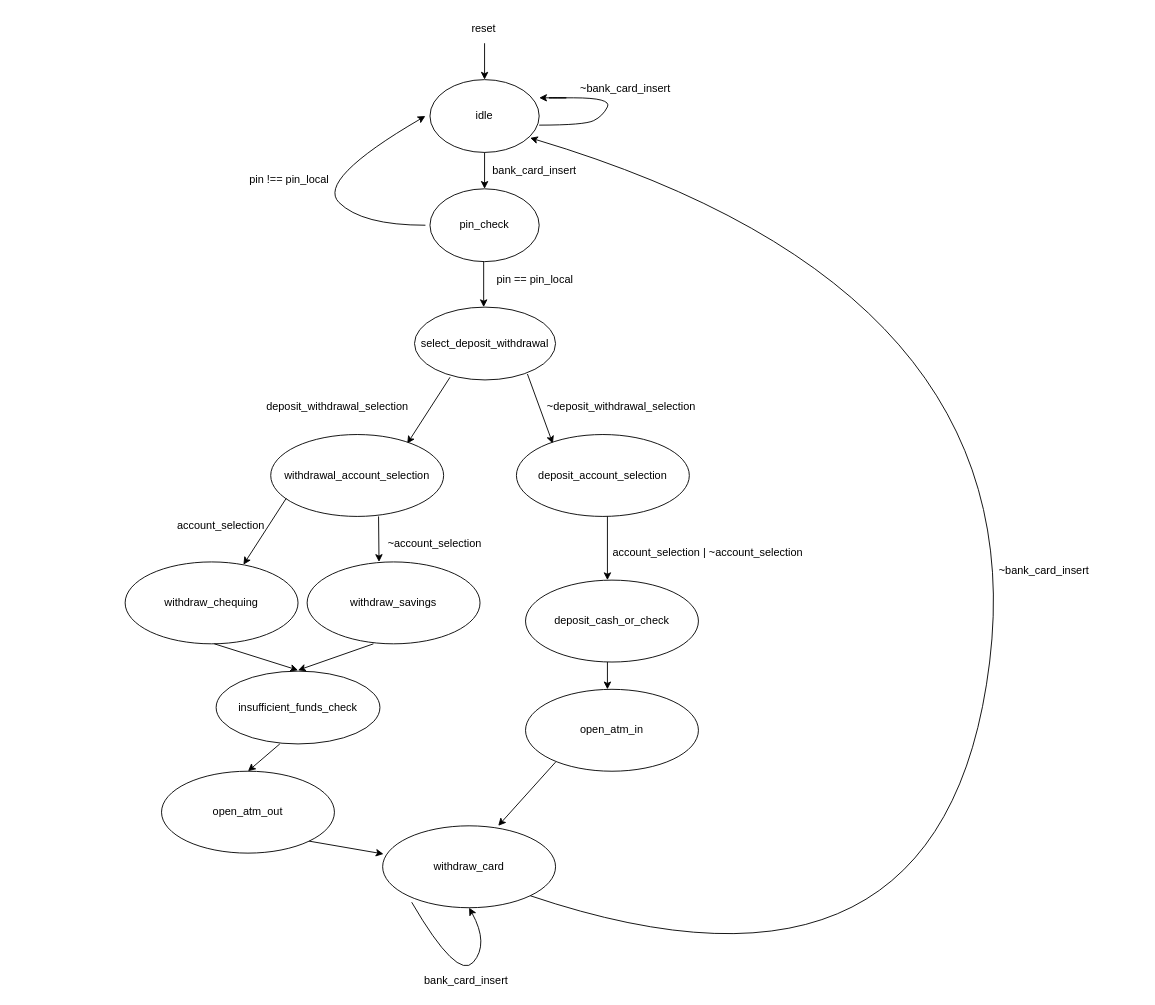
Above: Proj1/fsm_state_diagram.drawio in mchuahua/ELEC402 (draw.io), before the change. Source tidied: cells renumbered, new cells numbered last; positions are measured from the earlier drawing's top-left corner, leaving out a move shared by most shapes. Both pictures are drawn from the tidied source at 91%, with x=0, y=0 at pixel (125, 15).
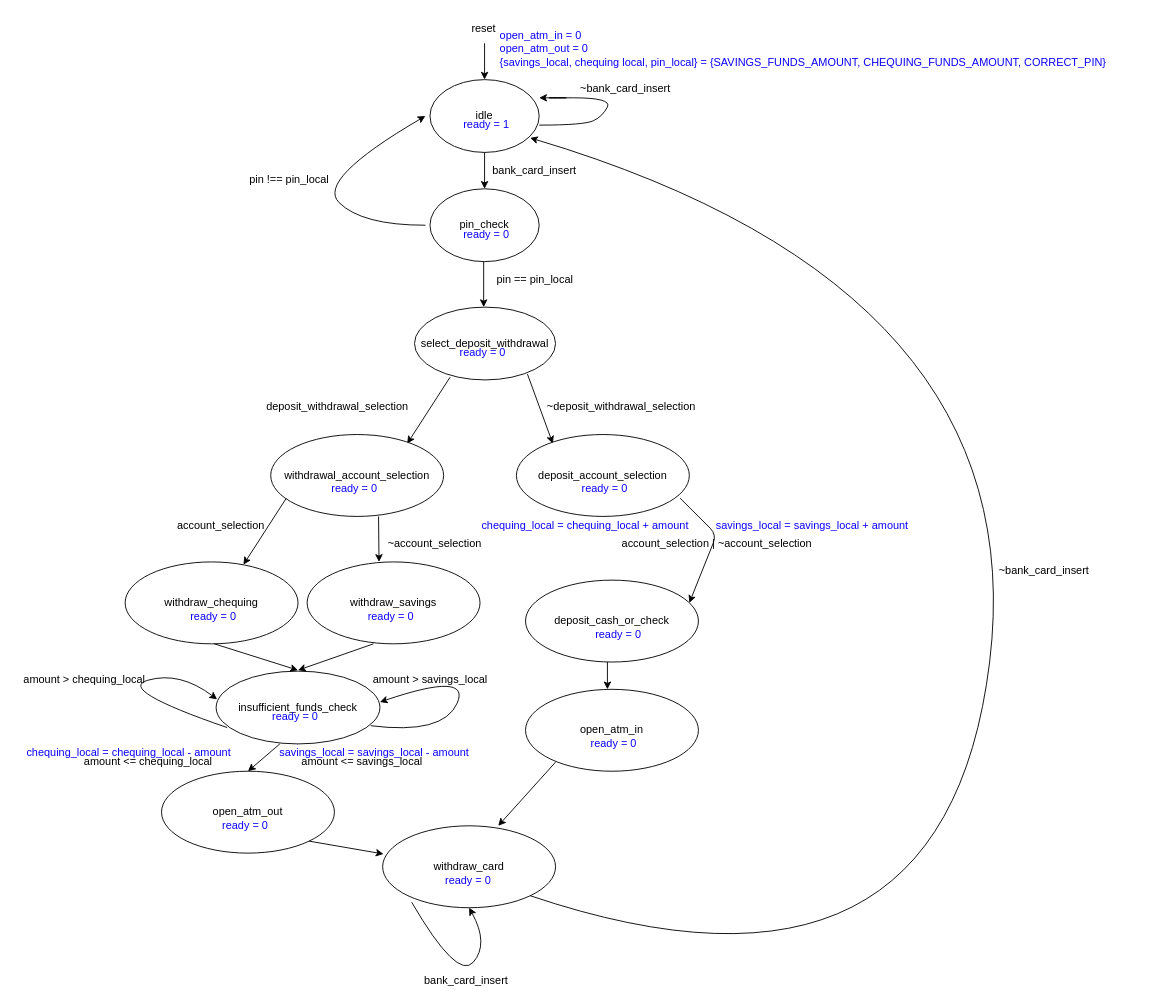
Above is the later version.

Commit message (it also covers changes not shown here):
Added data flow into state diagram

The change refers to these unchanged cells:
```xml
<mxCell id="20" value="deposit_account_selection" style="ellipse;whiteSpace=wrap;html=1;" parent="1" vertex="1">
  <mxGeometry x="430" y="460" width="190" height="90" as="geometry" />
</mxCell>
<mxCell id="34" value="insufficient_funds_check" style="ellipse;whiteSpace=wrap;html=1;" parent="1" vertex="1">
  <mxGeometry x="100" y="720" width="180" height="80" as="geometry" />
</mxCell>
```

What changed in the source:
```diff
@@
-    <mxCell id="4" value="reset" style="text;strokeColor=none;fillColor=none;align=left;verticalAlign=top;spacingLeft=4;spacingRight=4;overflow=hidden;" parent="1" vertex="1">
+    <mxCell id="4" value="reset&#10;" style="text;strokeColor=none;fillColor=none;align=left;verticalAlign=top;spacingLeft=4;spacingRight=4;overflow=hidden;" parent="1" vertex="1">
       <mxGeometry x="375" width="40" height="26" as="geometry" />
     </mxCell>
@@
     <mxCell id="23" value="account_selection | ~account_selection" style="text;html=1;align=center;verticalAlign=middle;strokeColor=none;" parent="1" vertex="1">
-      <mxGeometry x="530" y="580" width="220" height="20" as="geometry" />
+      <mxGeometry x="540" y="570" width="220" height="20" as="geometry" />
     </mxCell>
@@
-    <mxCell id="26" style="endArrow=classic;html=1;exitX=0.252;exitY=0.963;exitDx=0;exitDy=0;exitPerimeter=0;" parent="1" edge="1">
+    <mxCell id="26" style="endArrow=classic;html=1;exitX=0.947;exitY=0.778;exitDx=0;exitDy=0;exitPerimeter=0;" parent="1" edge="1" source="20">
       <mxGeometry relative="1" as="geometry">
-        <mxPoint x="530" y="550" as="sourcePoint" />
-        <mxPoint x="530" y="620" as="targetPoint" />
+        <mxPoint x="620" y="645" as="targetPoint" />
+        <Array as="points">
+          <mxPoint x="650" y="570" />
+        </Array>
       </mxGeometry>
     </mxCell>
@@
+    <mxCell id="44" value="&lt;font color=&quot;#0b03ff&quot;&gt;open_atm_in = 0&lt;br&gt;open_atm_out = 0&lt;br&gt;&lt;/font&gt;&lt;div&gt;&lt;span&gt;&lt;font color=&quot;#0b03ff&quot;&gt;{savings_local, chequing local, pin_local} = {SAVINGS_FUNDS_AMOUNT, CHEQUING_FUNDS_AMOUNT, CORRECT_PIN}&lt;/font&gt;&lt;/span&gt;&lt;/div&gt;" style="text;html=1;strokeColor=none;fillColor=none;align=left;verticalAlign=middle;whiteSpace=wrap;rounded=0;hachureGap=4;" parent="1" vertex="1">
+      <mxGeometry x="410" y="26" width="705" height="20" as="geometry" />
+    </mxCell>
+    <mxCell id="45" value="&lt;font color=&quot;#0b03ff&quot;&gt;chequing_local = chequing_local + amount&amp;nbsp; &amp;nbsp; &amp;nbsp; &amp;nbsp; &amp;nbsp;savings_local = savings_local + amount&lt;br&gt;&lt;/font&gt;" style="text;html=1;strokeColor=none;fillColor=none;align=left;verticalAlign=middle;whiteSpace=wrap;rounded=0;hachureGap=4;" parent="1" vertex="1">
+      <mxGeometry x="390" y="550" width="705" height="20" as="geometry" />
+    </mxCell>
+    <mxCell id="46" value="&lt;font color=&quot;#0b03ff&quot;&gt;chequing_local = chequing_local - amount&amp;nbsp; &amp;nbsp; &amp;nbsp; &amp;nbsp; &amp;nbsp; &amp;nbsp; &amp;nbsp; &amp;nbsp; savings_local = savings_local - amount&lt;br&gt;&lt;/font&gt;" style="text;html=1;strokeColor=none;fillColor=none;align=left;verticalAlign=middle;whiteSpace=wrap;rounded=0;hachureGap=4;" parent="1" vertex="1">
+      <mxGeometry x="-110" y="800" width="705" height="20" as="geometry" />
+    </mxCell>
+    <mxCell id="47" value="&lt;font color=&quot;#0b03ff&quot;&gt;ready = 1&lt;br&gt;&lt;/font&gt;" style="text;html=1;strokeColor=none;fillColor=none;align=left;verticalAlign=middle;whiteSpace=wrap;rounded=0;hachureGap=4;" parent="1" vertex="1">
+      <mxGeometry x="370" y="110" width="60" height="20" as="geometry" />
+    </mxCell>
+    <mxCell id="48" value="&lt;font color=&quot;#0b03ff&quot;&gt;ready = 0&lt;br&gt;&lt;/font&gt;" style="text;html=1;strokeColor=none;fillColor=none;align=left;verticalAlign=middle;whiteSpace=wrap;rounded=0;hachureGap=4;" parent="1" vertex="1">
+      <mxGeometry x="370" y="230" width="60" height="20" as="geometry" />
+    </mxCell>
+    <mxCell id="49" value="&lt;font color=&quot;#0b03ff&quot;&gt;ready = 0&lt;br&gt;&lt;/font&gt;" style="text;html=1;strokeColor=none;fillColor=none;align=left;verticalAlign=middle;whiteSpace=wrap;rounded=0;hachureGap=4;" parent="1" vertex="1">
+      <mxGeometry x="365.5" y="360" width="60" height="20" as="geometry" />
+    </mxCell>
+    <mxCell id="50" value="&lt;font color=&quot;#0b03ff&quot;&gt;ready = 0&lt;br&gt;&lt;/font&gt;" style="text;html=1;strokeColor=none;fillColor=none;align=left;verticalAlign=middle;whiteSpace=wrap;rounded=0;hachureGap=4;" parent="1" vertex="1">
+      <mxGeometry x="500" y="510" width="60" height="20" as="geometry" />
+    </mxCell>
+    <mxCell id="51" value="&lt;font color=&quot;#0b03ff&quot;&gt;ready = 0&lt;br&gt;&lt;/font&gt;" style="text;html=1;strokeColor=none;fillColor=none;align=left;verticalAlign=middle;whiteSpace=wrap;rounded=0;hachureGap=4;" parent="1" vertex="1">
+      <mxGeometry x="515" y="670" width="60" height="20" as="geometry" />
+    </mxCell>
+    <mxCell id="52" value="&lt;font color=&quot;#0b03ff&quot;&gt;ready = 0&lt;br&gt;&lt;/font&gt;" style="text;html=1;strokeColor=none;fillColor=none;align=left;verticalAlign=middle;whiteSpace=wrap;rounded=0;hachureGap=4;" parent="1" vertex="1">
+      <mxGeometry x="510" y="790" width="60" height="20" as="geometry" />
+    </mxCell>
+    <mxCell id="53" value="&lt;font color=&quot;#0b03ff&quot;&gt;ready = 0&lt;br&gt;&lt;/font&gt;" style="text;html=1;strokeColor=none;fillColor=none;align=left;verticalAlign=middle;whiteSpace=wrap;rounded=0;hachureGap=4;" parent="1" vertex="1">
+      <mxGeometry x="350" y="940" width="60" height="20" as="geometry" />
+    </mxCell>
+    <mxCell id="54" value="&lt;font color=&quot;#0b03ff&quot;&gt;ready = 0&lt;br&gt;&lt;/font&gt;" style="text;html=1;strokeColor=none;fillColor=none;align=left;verticalAlign=middle;whiteSpace=wrap;rounded=0;hachureGap=4;" parent="1" vertex="1">
+      <mxGeometry x="105" y="880" width="60" height="20" as="geometry" />
+    </mxCell>
+    <mxCell id="55" value="&lt;font color=&quot;#0b03ff&quot;&gt;ready = 0&lt;br&gt;&lt;/font&gt;" style="text;html=1;strokeColor=none;fillColor=none;align=left;verticalAlign=middle;whiteSpace=wrap;rounded=0;hachureGap=4;" parent="1" vertex="1">
+      <mxGeometry x="160" y="760" width="60" height="20" as="geometry" />
+    </mxCell>
+    <mxCell id="56" value="&lt;font color=&quot;#0b03ff&quot;&gt;ready = 0&lt;br&gt;&lt;/font&gt;" style="text;html=1;strokeColor=none;fillColor=none;align=left;verticalAlign=middle;whiteSpace=wrap;rounded=0;hachureGap=4;" parent="1" vertex="1">
+      <mxGeometry x="265" y="650" width="60" height="20" as="geometry" />
+    </mxCell>
+    <mxCell id="57" value="&lt;font color=&quot;#0b03ff&quot;&gt;ready = 0&lt;br&gt;&lt;/font&gt;" style="text;html=1;strokeColor=none;fillColor=none;align=left;verticalAlign=middle;whiteSpace=wrap;rounded=0;hachureGap=4;" parent="1" vertex="1">
+      <mxGeometry x="70" y="650" width="60" height="20" as="geometry" />
+    </mxCell>
+    <mxCell id="58" value="&lt;font color=&quot;#0b03ff&quot;&gt;ready = 0&lt;br&gt;&lt;/font&gt;" style="text;html=1;strokeColor=none;fillColor=none;align=left;verticalAlign=middle;whiteSpace=wrap;rounded=0;hachureGap=4;" parent="1" vertex="1">
+      <mxGeometry x="225" y="510" width="60" height="20" as="geometry" />
+    </mxCell>
+    <mxCell id="59" style="curved=1;endArrow=classic;html=1;entryX=0.006;entryY=0.388;entryDx=0;entryDy=0;entryPerimeter=0;exitX=0.067;exitY=0.775;exitDx=0;exitDy=0;exitPerimeter=0;" parent="1" edge="1" source="34" target="34">
+      <mxGeometry relative="1" as="geometry">
+        <Array as="points">
+          <mxPoint x="-10" y="740" />
+          <mxPoint x="60" y="720" />
+        </Array>
+      </mxGeometry>
+    </mxCell>
+    <mxCell id="60" value="amount &amp;gt; chequing_local" style="text;html=1;align=center;verticalAlign=middle;strokeColor=none;" parent="1" vertex="1">
+      <mxGeometry x="-120" y="720" width="150" height="20" as="geometry" />
+    </mxCell>
+    <mxCell id="61" value="amount &amp;gt; savings_local" style="text;html=1;align=center;verticalAlign=middle;strokeColor=none;" parent="1" vertex="1">
+      <mxGeometry x="265" y="720" width="140" height="20" as="geometry" />
+    </mxCell>
+    <mxCell id="62" style="curved=1;endArrow=classic;html=1;entryX=1;entryY=0.425;entryDx=0;entryDy=0;exitX=0.168;exitY=0.933;exitDx=0;exitDy=0;exitPerimeter=0;entryPerimeter=0;" parent="1" edge="1" target="34">
+      <mxGeometry relative="1" as="geometry">
+        <mxPoint x="269.9" y="780" as="sourcePoint" />
+        <Array as="points">
+          <mxPoint x="350" y="790" />
+          <mxPoint x="380" y="720" />
+        </Array>
+      </mxGeometry>
+    </mxCell>
+    <mxCell id="63" value="amount &amp;lt;= chequing_local" style="text;html=1;align=center;verticalAlign=middle;strokeColor=none;" parent="1" vertex="1">
+      <mxGeometry x="-55" y="810" width="160" height="20" as="geometry" />
+    </mxCell>
+    <mxCell id="64" value="amount &amp;lt;= savings_local" style="text;html=1;align=center;verticalAlign=middle;strokeColor=none;" parent="1" vertex="1">
+      <mxGeometry x="185" y="810" width="150" height="20" as="geometry" />
+    </mxCell>
```
